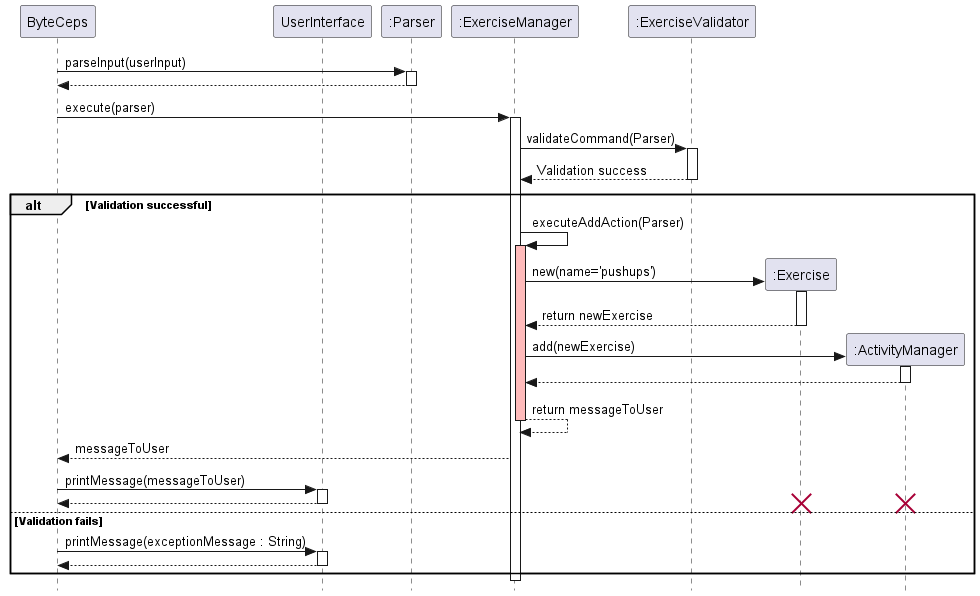
Above: docs/diagrams/addExercise.png in joshualeejunyi/tp (PlantUML), before the change.
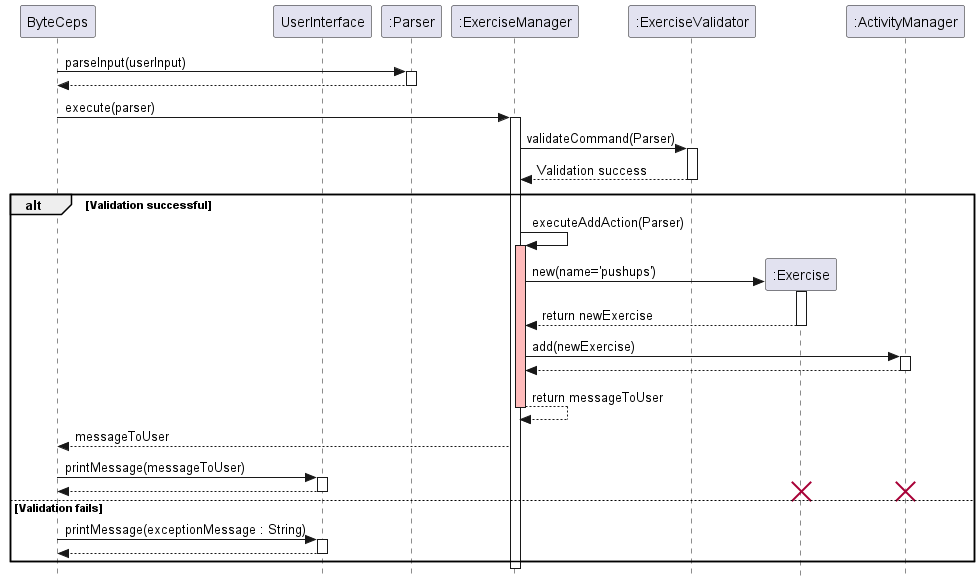
The same diagram one commit later.

Commit message:
Fix activitymanager sequence diagram

Change to the diagram source:
```diff
@@ -5,6 +5,7 @@
 
 participant ByteCeps as User
 participant UserInterface
+participant ":ActivityManager" as ActivityManager
 participant ":Parser" as Parser
 participant ":ExerciseManager" as ExerciseManager
 participant ":ExerciseValidator" as Validator
```
